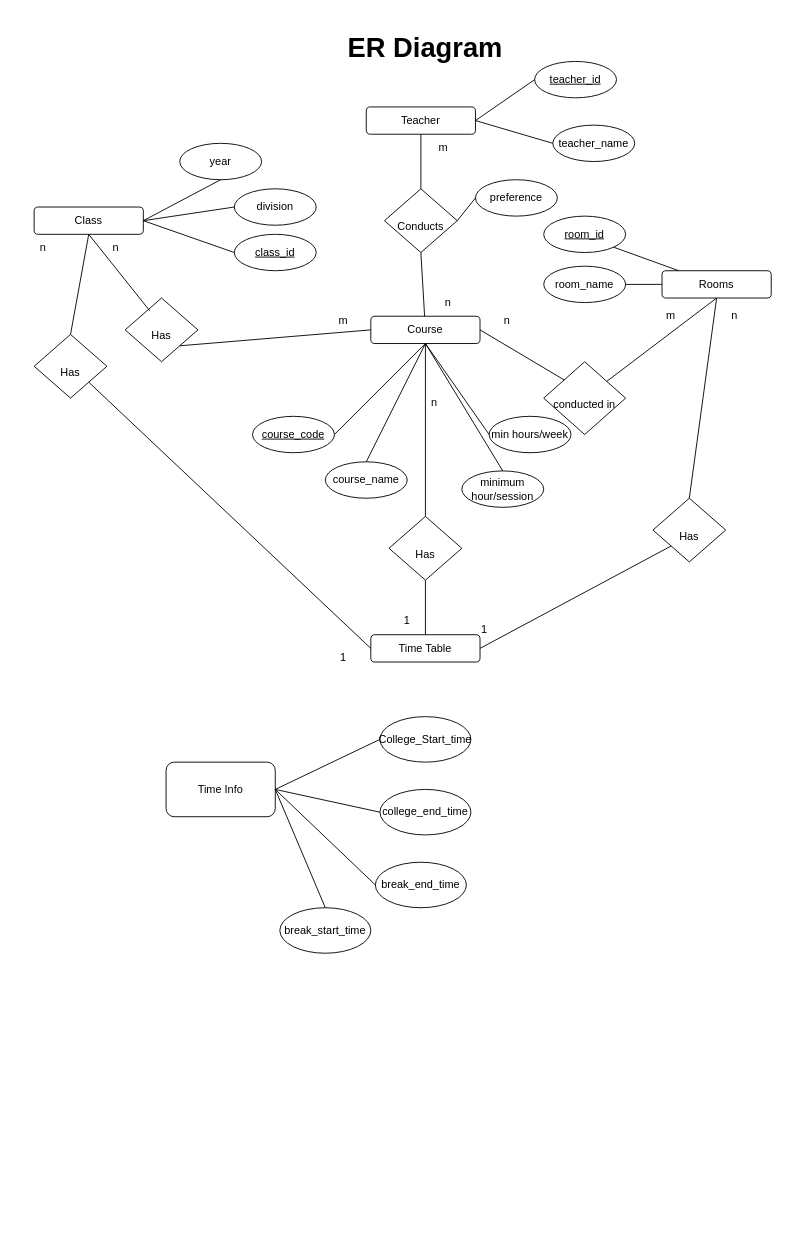
parmar-mohit/Automated_Time_Table_Scheduler keeps this draw.io diagram as Database/ER Diagram.drawio. Above is the earlier version. Source tidied: cells renumbered, new cells numbered last; positions are measured from the earlier drawing's top-left corner, leaving out a move shared by most shapes. Both pictures are drawn from the tidied source at 91%, with x=0, y=0 at pixel (15, 15).
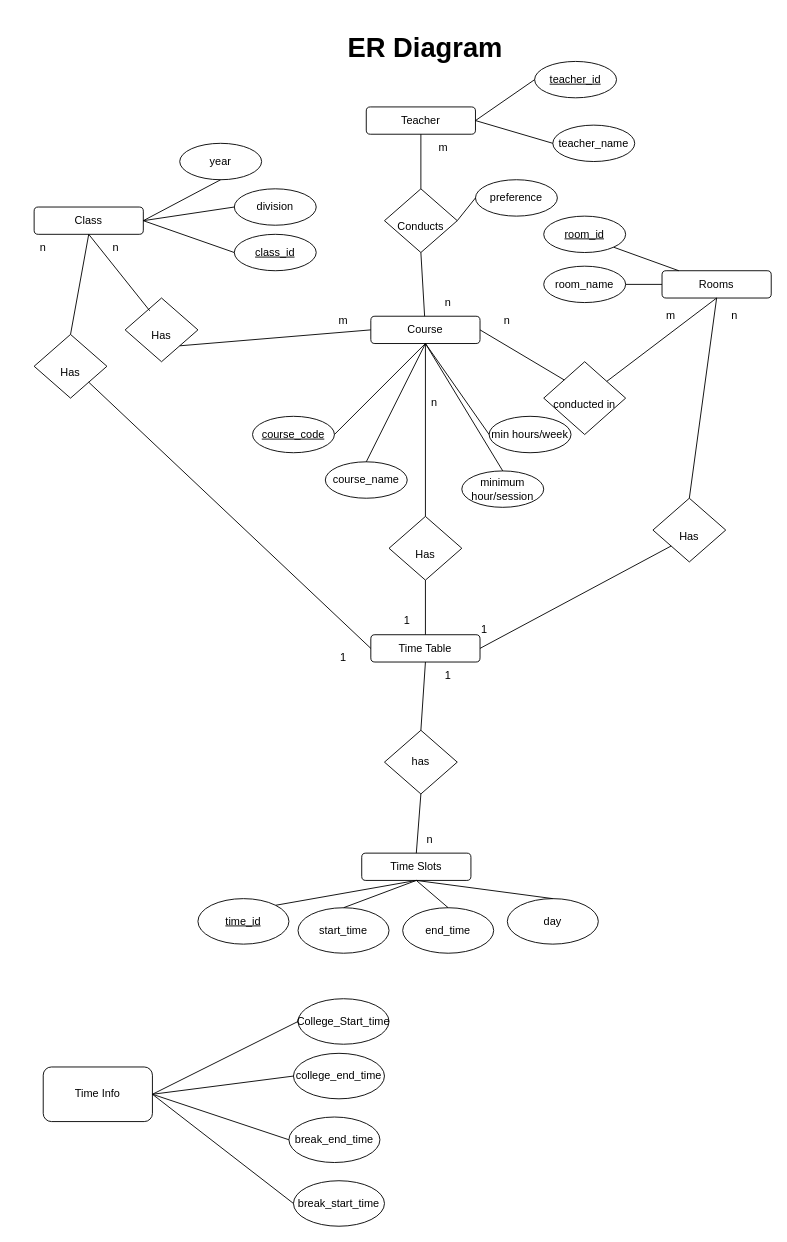
The same page after the edit.

Commit message (it also covers changes not shown here):
Add time slots table to database schema

Unchanged cells that the change refers to:
```xml
<mxCell id="38" value="Time Table" style="rounded=1;whiteSpace=wrap;html=1;" parent="1" vertex="1">
  <mxGeometry x="390" y="680" width="120" height="30" as="geometry" />
</mxCell>
```

Change to the diagram source:
```diff
@@
     <mxCell id="60" value="Time Info" style="rounded=1;whiteSpace=wrap;html=1;" parent="1" vertex="1">
-      <mxGeometry x="165" y="820" width="120" height="60" as="geometry" />
+      <mxGeometry x="30" y="1155" width="120" height="60" as="geometry" />
     </mxCell>
     <mxCell id="61" value="College_Start_time" style="ellipse;whiteSpace=wrap;html=1;" parent="1" vertex="1">
-      <mxGeometry x="400" y="770" width="100" height="50" as="geometry" />
+      <mxGeometry x="310" y="1080" width="100" height="50" as="geometry" />
     </mxCell>
     <mxCell id="62" value="college_end_time" style="ellipse;whiteSpace=wrap;html=1;" parent="1" vertex="1">
-      <mxGeometry x="400" y="850" width="100" height="50" as="geometry" />
+      <mxGeometry x="305" y="1140" width="100" height="50" as="geometry" />
     </mxCell>
     <mxCell id="63" value="break_start_time" style="ellipse;whiteSpace=wrap;html=1;" parent="1" vertex="1">
-      <mxGeometry x="290" y="980" width="100" height="50" as="geometry" />
+      <mxGeometry x="305" y="1280" width="100" height="50" as="geometry" />
     </mxCell>
     <mxCell id="64" value="break_end_time" style="ellipse;whiteSpace=wrap;html=1;" parent="1" vertex="1">
-      <mxGeometry x="395" y="930" width="100" height="50" as="geometry" />
+      <mxGeometry x="300" y="1210" width="100" height="50" as="geometry" />
     </mxCell>
@@
-    <mxCell id="68" style="endArrow=none;html=1;rounded=0;exitX=1;exitY=0.5;exitDx=0;exitDy=0;entryX=0.5;entryY=0;entryDx=0;entryDy=0;" parent="1" edge="1" source="60" target="63">
+    <mxCell id="68" style="endArrow=none;html=1;rounded=0;exitX=1;exitY=0.5;exitDx=0;exitDy=0;entryX=0;entryY=0.5;entryDx=0;entryDy=0;" parent="1" edge="1" source="60" target="63">
       <mxGeometry relative="1" as="geometry" />
     </mxCell>
@@
+    <mxCell id="71" value="Time Slots" style="rounded=1;whiteSpace=wrap;html=1;" parent="1" vertex="1">
+      <mxGeometry x="380" y="920" width="120" height="30" as="geometry" />
+    </mxCell>
+    <mxCell id="72" value="time_id" style="ellipse;whiteSpace=wrap;html=1;fontStyle=4;" parent="1" vertex="1">
+      <mxGeometry x="200" y="970" width="100" height="50" as="geometry" />
+    </mxCell>
+    <mxCell id="73" value="start_time" style="ellipse;whiteSpace=wrap;html=1;" parent="1" vertex="1">
+      <mxGeometry x="310" y="980" width="100" height="50" as="geometry" />
+    </mxCell>
+    <mxCell id="74" value="end_time" style="ellipse;whiteSpace=wrap;html=1;" parent="1" vertex="1">
+      <mxGeometry x="425" y="980" width="100" height="50" as="geometry" />
+    </mxCell>
+    <mxCell id="75" value="day" style="ellipse;whiteSpace=wrap;html=1;" parent="1" vertex="1">
+      <mxGeometry x="540" y="970" width="100" height="50" as="geometry" />
+    </mxCell>
+    <mxCell id="76" style="endArrow=none;html=1;rounded=0;entryX=0.5;entryY=1;entryDx=0;entryDy=0;exitX=1;exitY=0;exitDx=0;exitDy=0;" parent="1" edge="1" source="72" target="71">
+      <mxGeometry relative="1" as="geometry" />
+    </mxCell>
+    <mxCell id="77" style="endArrow=none;html=1;rounded=0;entryX=0.5;entryY=1;entryDx=0;entryDy=0;exitX=0.5;exitY=0;exitDx=0;exitDy=0;" parent="1" edge="1" source="73" target="71">
+      <mxGeometry relative="1" as="geometry" />
+    </mxCell>
+    <mxCell id="78" style="endArrow=none;html=1;rounded=0;entryX=0.5;entryY=1;entryDx=0;entryDy=0;exitX=0.5;exitY=0;exitDx=0;exitDy=0;" parent="1" edge="1" source="74" target="71">
+      <mxGeometry relative="1" as="geometry" />
+    </mxCell>
+    <mxCell id="79" style="endArrow=none;html=1;rounded=0;entryX=0.5;entryY=1;entryDx=0;entryDy=0;exitX=0.5;exitY=0;exitDx=0;exitDy=0;" parent="1" edge="1" source="75" target="71">
+      <mxGeometry relative="1" as="geometry" />
+    </mxCell>
+    <mxCell id="80" value="has" style="rhombus;whiteSpace=wrap;html=1;" parent="1" vertex="1">
+      <mxGeometry x="405" y="785" width="80" height="70" as="geometry" />
+    </mxCell>
+    <mxCell id="81" style="endArrow=none;html=1;rounded=0;entryX=0.5;entryY=1;entryDx=0;entryDy=0;exitX=0.5;exitY=0;exitDx=0;exitDy=0;" parent="1" edge="1" source="80" target="38">
+      <mxGeometry relative="1" as="geometry" />
+    </mxCell>
+    <mxCell id="82" style="endArrow=none;html=1;rounded=0;entryX=0.5;entryY=1;entryDx=0;entryDy=0;exitX=0.5;exitY=0;exitDx=0;exitDy=0;" parent="1" edge="1" source="71" target="80">
+      <mxGeometry relative="1" as="geometry" />
+    </mxCell>
+    <mxCell id="83" value="n" style="text;html=1;strokeColor=none;fillColor=none;align=center;verticalAlign=middle;whiteSpace=wrap;rounded=0;" parent="1" vertex="1">
+      <mxGeometry x="425" y="890" width="60" height="30" as="geometry" />
+    </mxCell>
+    <mxCell id="84" value="1" style="text;html=1;strokeColor=none;fillColor=none;align=center;verticalAlign=middle;whiteSpace=wrap;rounded=0;" parent="1" vertex="1">
+      <mxGeometry x="445" y="710" width="60" height="30" as="geometry" />
+    </mxCell>
```
